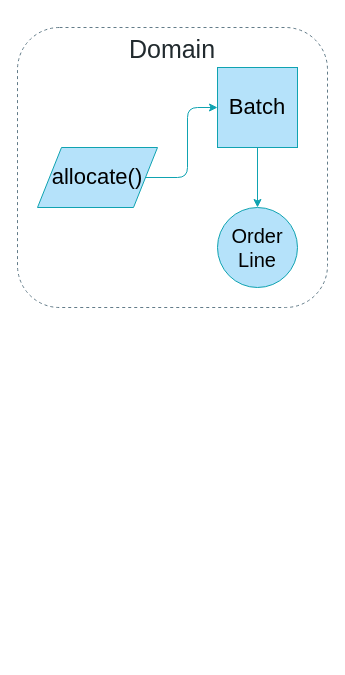
Before: page "Chapter 1" (1 of 10) of maps.drawio in cosmicpython/book, a draw.io diagram. Source tidied: cells renumbered, new cells numbered last; positions are measured from the earlier drawing's top-left corner, leaving out a move shared by most shapes. Both pictures are drawn from the tidied source at 100%, with x=0, y=0 at pixel (17, 27).
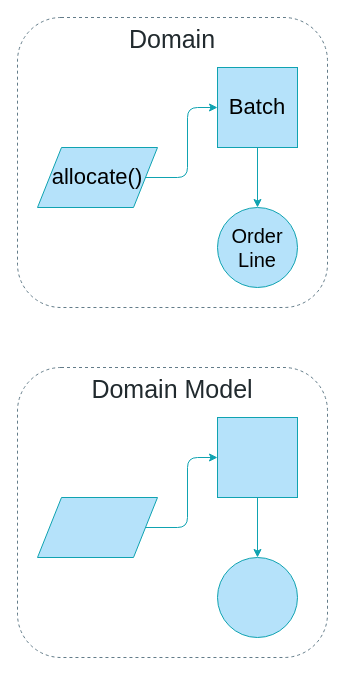
Above is the later version.

What changed in the source:
```diff
@@
 <mxGraphModel>
   <root>
     <mxCell id="0" />
     <mxCell id="1" parent="0" />
     <mxCell id="2" value="Domain" style="rounded=1;whiteSpace=wrap;html=1;fontFamily=Guardian Sans Cond Light;verticalAlign=top;fontSize=25;fontColor=#212A2E;fillColor=none;strokeColor=#637C89;dashed=1;" parent="1" vertex="1">
-      <mxGeometry width="310" height="280" as="geometry" />
+      <mxGeometry y="-10" width="310" height="290" as="geometry" />
     </mxCell>
     <mxCell id="3" style="edgeStyle=orthogonalEdgeStyle;jettySize=auto;html=1;fontSize=14;strokeColor=#0FA3B1;fillColor=#B5E2FA;" parent="1" edge="1" source="4" target="5">
       <mxGeometry relative="1" as="geometry" />
     </mxCell>
     <mxCell id="4" value="Batch" style="whiteSpace=wrap;html=1;fontSize=22;strokeColor=#0FA3B1;fillColor=#B5E2FA;fontFamily=Guardian Sans Cond Light;" parent="1" vertex="1">
       <mxGeometry x="200" y="40" width="80" height="80" as="geometry" />
     </mxCell>
     <mxCell id="5" value="Order&lt;br style=&quot;font-size: 20px;&quot;&gt;Line" style="ellipse;whiteSpace=wrap;html=1;fontSize=20;strokeColor=#0FA3B1;fillColor=#B5E2FA;fontFamily=Guardian Sans Cond Light;" parent="1" vertex="1">
       <mxGeometry x="200" y="180" width="80" height="80" as="geometry" />
     </mxCell>
     <mxCell id="6" style="edgeStyle=orthogonalEdgeStyle;rounded=1;jettySize=auto;html=1;fontSize=14;strokeColor=#0FA3B1;entryX=0;entryY=0.5;entryDx=0;entryDy=0;exitX=1;exitY=0.5;exitDx=0;exitDy=0;" parent="1" edge="1" source="7" target="4">
       <mxGeometry relative="1" as="geometry" />
     </mxCell>
     <mxCell id="7" value="&lt;div align=&quot;center&quot;&gt;allocate()&lt;/div&gt;" style="shape=parallelogram;perimeter=parallelogramPerimeter;whiteSpace=wrap;html=1;strokeColor=#0FA3B1;fillColor=#B5E2FA;fontFamily=Guardian Sans Cond Light;fontSize=22;align=center;" parent="1" vertex="1">
       <mxGeometry x="20" y="120" width="120" height="60" as="geometry" />
     </mxCell>
+    <mxCell id="8" style="group;" parent="1" vertex="1">
+      <mxGeometry y="340" width="310" height="290" as="geometry" />
+    </mxCell>
+    <mxCell id="9" value="Domain Model" style="rounded=1;whiteSpace=wrap;html=1;fontFamily=Guardian Sans Cond Light;verticalAlign=top;fontSize=25;fontColor=#212A2E;fillColor=none;strokeColor=#637C89;dashed=1;" parent="8" vertex="1">
+      <mxGeometry width="310" height="290" as="geometry" />
+    </mxCell>
+    <mxCell id="10" style="whiteSpace=wrap;html=1;fontSize=22;strokeColor=#0FA3B1;fillColor=#B5E2FA;fontFamily=Guardian Sans Cond Light;" parent="8" vertex="1">
+      <mxGeometry x="200" y="50" width="80" height="80" as="geometry" />
+    </mxCell>
+    <mxCell id="11" style="ellipse;whiteSpace=wrap;html=1;fontSize=20;strokeColor=#0FA3B1;fillColor=#B5E2FA;fontFamily=Guardian Sans Cond Light;" parent="8" vertex="1">
+      <mxGeometry x="200" y="190" width="80" height="80" as="geometry" />
+    </mxCell>
+    <mxCell id="12" style="edgeStyle=orthogonalEdgeStyle;jettySize=auto;html=1;fontSize=14;strokeColor=#0FA3B1;fillColor=#B5E2FA;" parent="8" edge="1" source="10" target="11">
+      <mxGeometry relative="1" as="geometry" />
+    </mxCell>
+    <mxCell id="13" style="edgeStyle=orthogonalEdgeStyle;rounded=1;jettySize=auto;html=1;fontSize=14;strokeColor=#0FA3B1;entryX=0;entryY=0.5;entryDx=0;entryDy=0;exitX=1;exitY=0.5;exitDx=0;exitDy=0;" parent="8" edge="1" source="14" target="10">
+      <mxGeometry relative="1" as="geometry" />
+    </mxCell>
+    <mxCell id="14" style="shape=parallelogram;perimeter=parallelogramPerimeter;whiteSpace=wrap;html=1;strokeColor=#0FA3B1;fillColor=#B5E2FA;fontFamily=Guardian Sans Cond Light;fontSize=22;align=center;" parent="8" vertex="1">
+      <mxGeometry x="20" y="130" width="120" height="60" as="geometry" />
+    </mxCell>
   </root>
 </mxGraphModel>
```
